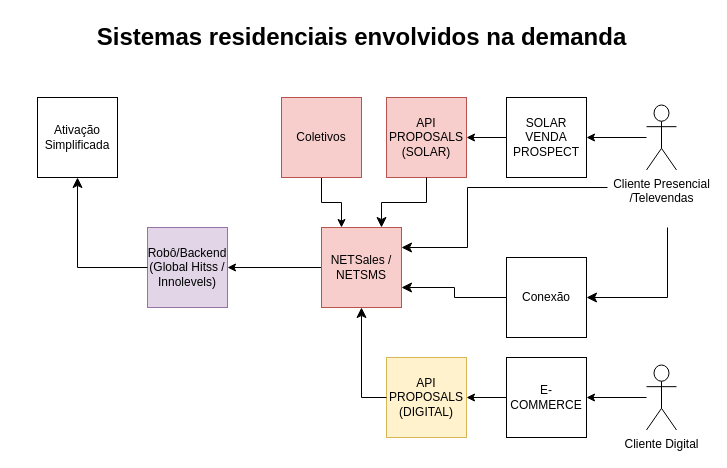
This is page "Sistemas Alto Nível" (1 of 4) of 5GSA v2.drawio from samirali/ClaroBrasil, a draw.io file, before an edit. Source tidied: cells renumbered, new cells numbered last; positions are measured from the earlier drawing's top-left corner, leaving out a move shared by most shapes. Both pictures are drawn from the tidied source at 100%, with x=0, y=0 at pixel (37, 17).
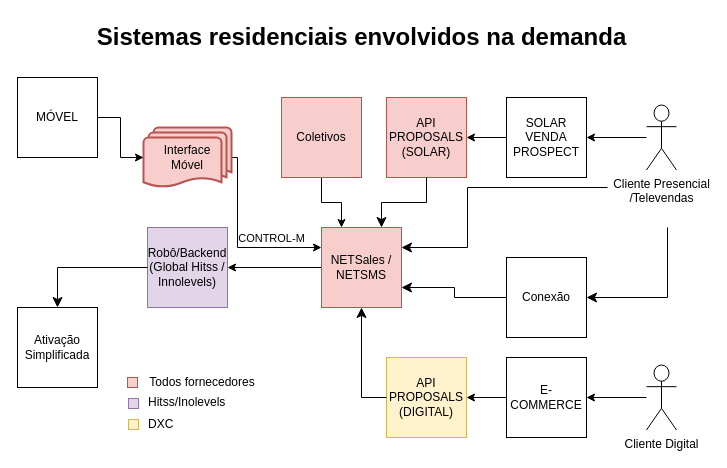
The same page after the edit.

Unchanged cells that the change refers to:
```xml
<mxCell id="3" value="NETSales / &lt;br&gt;NETSMS" style="whiteSpace=wrap;html=1;fillColor=#f8cecc;strokeColor=#b85450;" parent="1" vertex="1">
  <mxGeometry x="284" y="210" width="80" height="80" as="geometry" />
</mxCell>
<mxCell id="19" value="Robô/Backend (Global Hitss / Innolevels)" style="whiteSpace=wrap;html=1;fillColor=#e1d5e7;strokeColor=#9673a6;" parent="1" vertex="1">
  <mxGeometry x="110" y="210" width="80" height="80" as="geometry" />
</mxCell>
```

The edit, as a diff of the source:
```diff
@@
     <mxCell id="20" value="Ativação Simplificada" style="whiteSpace=wrap;html=1;" parent="1" vertex="1">
-      <mxGeometry y="80" width="80" height="80" as="geometry" />
+      <mxGeometry x="-20" y="290" width="80" height="80" as="geometry" />
     </mxCell>
-    <mxCell id="21" style="edgeStyle=elbowEdgeStyle;elbow=vertical;endArrow=classic;html=1;curved=0;rounded=0;endSize=8;startSize=8;exitX=0;exitY=0.5;exitDx=0;exitDy=0;entryX=0.5;entryY=1;entryDx=0;entryDy=0;" parent="1" edge="1" source="19" target="20">
+    <mxCell id="21" style="edgeStyle=elbowEdgeStyle;elbow=vertical;endArrow=classic;html=1;curved=0;rounded=0;endSize=8;startSize=8;exitX=0;exitY=0.5;exitDx=0;exitDy=0;" parent="1" edge="1" source="19">
       <mxGeometry relative="1" as="geometry">
+        <mxPoint x="20" y="290" as="targetPoint" />
         <Array as="points">
           <mxPoint x="70" y="250" />
         </Array>
       </mxGeometry>
     </mxCell>
@@
+    <mxCell id="26" value="MÓVEL" style="whiteSpace=wrap;html=1;" parent="1" vertex="1">
+      <mxGeometry x="-20" y="60" width="80" height="80" as="geometry" />
+    </mxCell>
+    <mxCell id="27" style="edgeStyle=orthogonalEdgeStyle;rounded=0;jettySize=auto;html=1;entryX=0;entryY=0.25;entryDx=0;entryDy=0;" parent="1" edge="1" source="29" target="3">
+      <mxGeometry relative="1" as="geometry">
+        <Array as="points">
+          <mxPoint x="200" y="140" />
+          <mxPoint x="200" y="230" />
+        </Array>
+      </mxGeometry>
+    </mxCell>
+    <mxCell id="28" value="CONTROL-M" style="edgeLabel;html=1;align=center;verticalAlign=middle;" parent="27" vertex="1">
+      <mxGeometry x="0.43" y="3" relative="1" as="geometry">
+        <mxPoint y="-7" as="offset" />
+      </mxGeometry>
+    </mxCell>
+    <mxCell id="29" value="Interface &lt;br&gt;Móvel" style="strokeWidth=2;html=1;shape=mxgraph.flowchart.multi-document;whiteSpace=wrap;fillColor=#f8cecc;strokeColor=#b85450;" parent="1" vertex="1">
+      <mxGeometry x="106" y="110" width="88" height="60" as="geometry" />
+    </mxCell>
+    <mxCell id="30" style="edgeStyle=orthogonalEdgeStyle;rounded=0;jettySize=auto;html=1;entryX=0;entryY=0.5;entryDx=0;entryDy=0;entryPerimeter=0;" parent="1" edge="1" source="26" target="29">
+      <mxGeometry relative="1" as="geometry" />
+    </mxCell>
+    <mxCell id="31" style="group;" parent="1" vertex="1">
+      <mxGeometry x="90" y="350" width="160" height="72" as="geometry" />
+    </mxCell>
+    <mxCell id="32" style="group;align=left;" parent="31" vertex="1">
+      <mxGeometry width="130" height="30" as="geometry" />
+    </mxCell>
+    <mxCell id="33" style="whiteSpace=wrap;html=1;fillColor=#f8cecc;strokeColor=#b85450;" parent="32" vertex="1">
+      <mxGeometry y="10" width="10" height="10" as="geometry" />
+    </mxCell>
+    <mxCell id="34" value="Todos fornecedores" style="text;html=1;strokeColor=none;fillColor=none;align=center;verticalAlign=middle;whiteSpace=wrap;rounded=0;" parent="32" vertex="1">
+      <mxGeometry x="15" width="120" height="30" as="geometry" />
+    </mxCell>
+    <mxCell id="35" style="group;" parent="31" vertex="1">
+      <mxGeometry x="30" y="30" width="130" height="30" as="geometry" />
+    </mxCell>
+    <mxCell id="36" style="whiteSpace=wrap;html=1;fillColor=#e1d5e7;strokeColor=#9673a6;" parent="35" vertex="1">
+      <mxGeometry x="-29" y="1" width="10" height="10" as="geometry" />
+    </mxCell>
+    <mxCell id="37" value="Hitss/Inolevels" style="text;html=1;strokeColor=none;fillColor=none;align=left;verticalAlign=middle;whiteSpace=wrap;rounded=0;" parent="31" vertex="1">
+      <mxGeometry x="19" y="20" width="120" height="30" as="geometry" />
+    </mxCell>
+    <mxCell id="38" style="whiteSpace=wrap;html=1;fillColor=#fff2cc;strokeColor=#d6b656;" parent="31" vertex="1">
+      <mxGeometry x="1" y="52" width="10" height="10" as="geometry" />
+    </mxCell>
+    <mxCell id="39" value="DXC" style="text;html=1;strokeColor=none;fillColor=none;align=left;verticalAlign=middle;whiteSpace=wrap;rounded=0;" parent="31" vertex="1">
+      <mxGeometry x="19" y="42" width="120" height="30" as="geometry" />
+    </mxCell>
```
